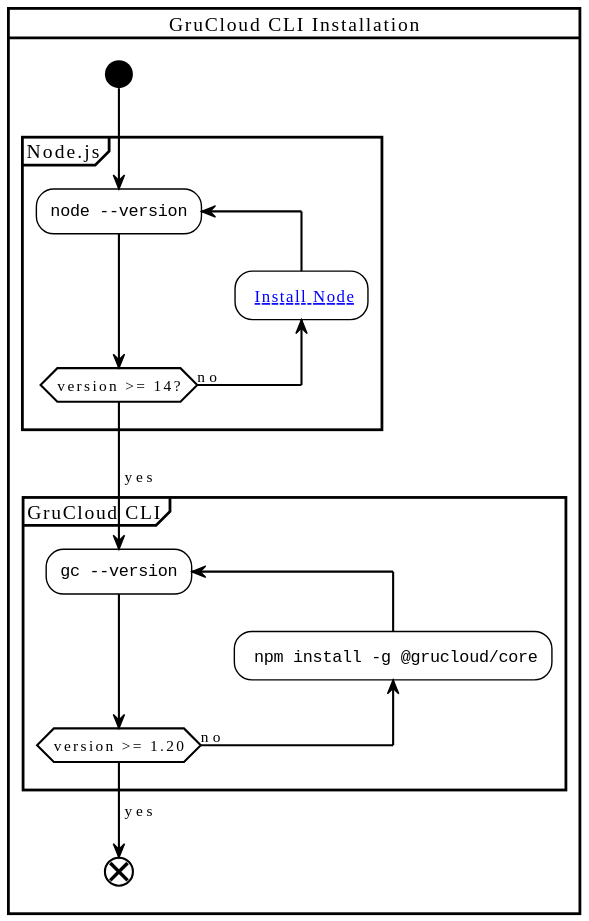
Before: docusaurus/plantuml/grucloud-cli-install.svg, a diagram exported from PlantUML (grucloud/grucloud).
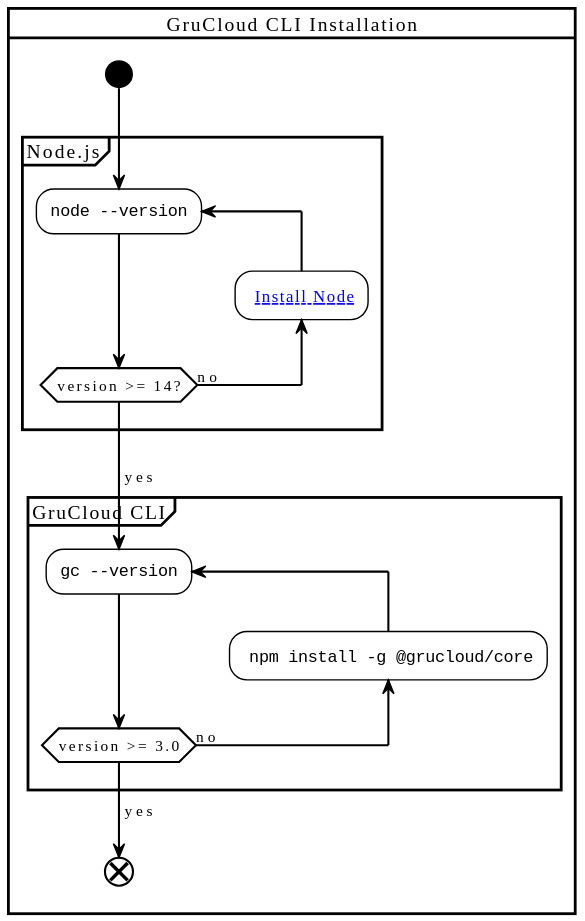
The same file after the commit.

Change to the diagram source:
```diff
@@ -15,7 +15,7 @@
 partition "GruCloud CLI" {
 repeat :""gc --version"";
 backward: ""npm install -g @grucloud/core"";
-repeat while (version >= 1.20) is (no)
+repeat while (version >= 3.0) is (no)
 ->yes;
 }
 end
```
